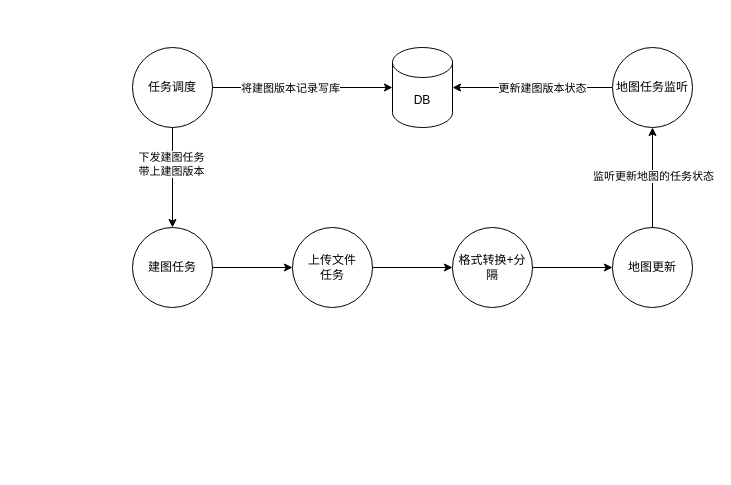
The draw.io diagram 建图版本控制流程.drawio in wangyufei0807/draw, before the edit. Source tidied: cells renumbered, new cells numbered last; positions are measured from the earlier drawing's top-left corner, leaving out a move shared by most shapes. Both pictures are drawn from the tidied source at 100%, with x=0, y=0 at pixel (132, 47).
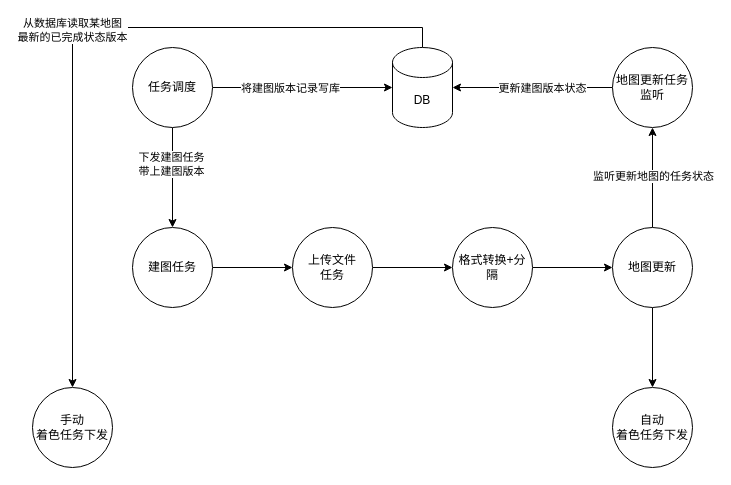
The same page after the edit.

Commit message (it also covers changes not shown here):
Update 建图版本控制流程.drawio

The change refers to these unchanged cells:
```xml
<mxCell id="10" value="地图更新" style="ellipse;whiteSpace=wrap;html=1;" parent="1" vertex="1">
  <mxGeometry x="480" y="180" width="80" height="80" as="geometry" />
</mxCell>
<mxCell id="16" value="DB" style="shape=cylinder3;whiteSpace=wrap;html=1;boundedLbl=1;backgroundOutline=1;size=15;" parent="1" vertex="1">
  <mxGeometry x="260" width="60" height="80" as="geometry" />
</mxCell>
```

Change to the diagram source:
```diff
@@
+    <mxCell id="20" style="edgeStyle=orthogonalEdgeStyle;rounded=0;jettySize=auto;html=1;" parent="1" edge="1" source="10" target="23">
+      <mxGeometry relative="1" as="geometry" />
+    </mxCell>
@@
+    <mxCell id="21" style="edgeStyle=orthogonalEdgeStyle;rounded=0;jettySize=auto;html=1;exitX=0.5;exitY=0;exitDx=0;exitDy=0;exitPerimeter=0;entryX=0.5;entryY=0;entryDx=0;entryDy=0;" parent="1" edge="1" source="16" target="24">
+      <mxGeometry relative="1" as="geometry" />
+    </mxCell>
+    <mxCell id="22" value="从数据库读取某地图&lt;br&gt;最新的已完成状态版本" style="edgeLabel;html=1;align=center;verticalAlign=middle;" parent="21" vertex="1">
+      <mxGeometry x="0.02" y="-1" relative="1" as="geometry" />
+    </mxCell>
@@
-    <mxCell id="19" value="地图任务监听" style="ellipse;whiteSpace=wrap;html=1;" parent="1" vertex="1">
+    <mxCell id="19" value="地图更新任务监听" style="ellipse;whiteSpace=wrap;html=1;" parent="1" vertex="1">
       <mxGeometry x="480" width="80" height="80" as="geometry" />
     </mxCell>
+    <mxCell id="23" value="自动&lt;br&gt;着色任务下发" style="ellipse;whiteSpace=wrap;html=1;" parent="1" vertex="1">
+      <mxGeometry x="480" y="340" width="80" height="80" as="geometry" />
+    </mxCell>
+    <mxCell id="24" value="手动&lt;br&gt;着色任务下发" style="ellipse;whiteSpace=wrap;html=1;" parent="1" vertex="1">
+      <mxGeometry x="-100" y="340" width="80" height="80" as="geometry" />
+    </mxCell>
```
